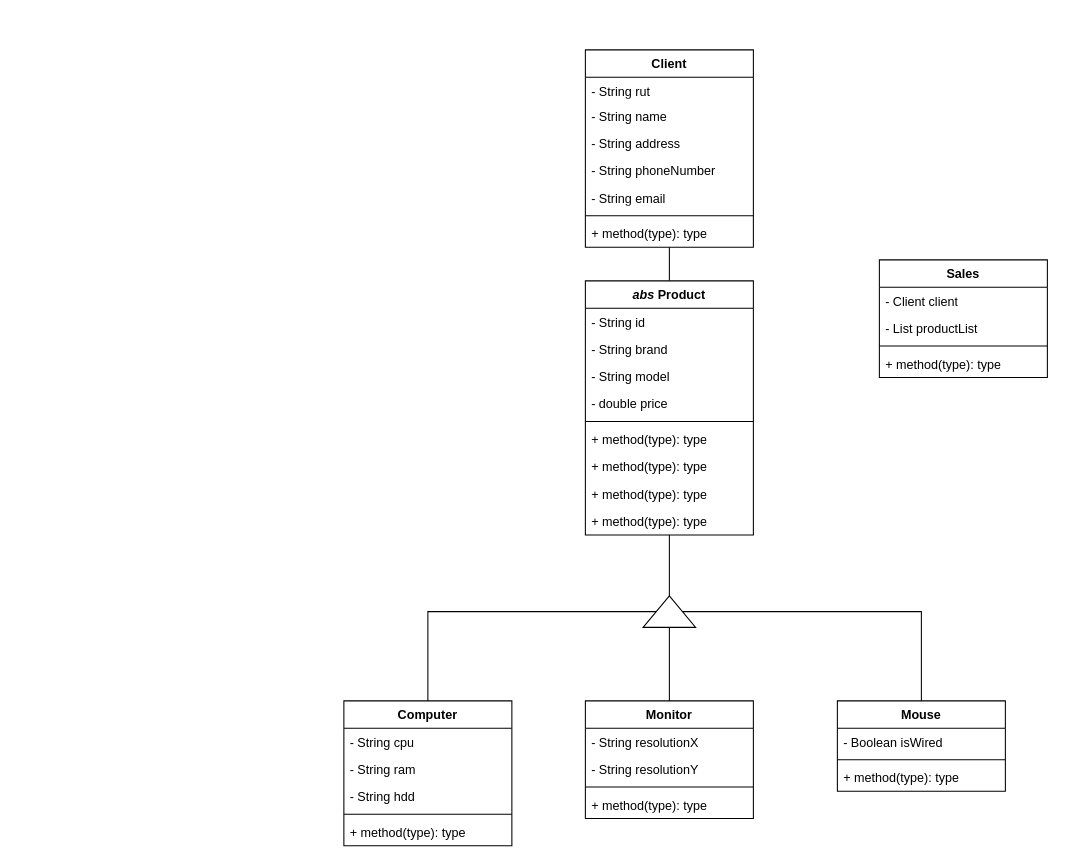
Makox1/UCNFactory keeps this draw.io diagram as page "Página-1" (1 of 2) of modelDiagram.drawio. Above is the earlier version. Source tidied: cells renumbered, new cells numbered last; positions are measured from the earlier drawing's top-left corner, leaving out a move shared by most shapes. Both pictures are drawn from the tidied source at 105%, with x=0, y=0 at pixel (343, 49).
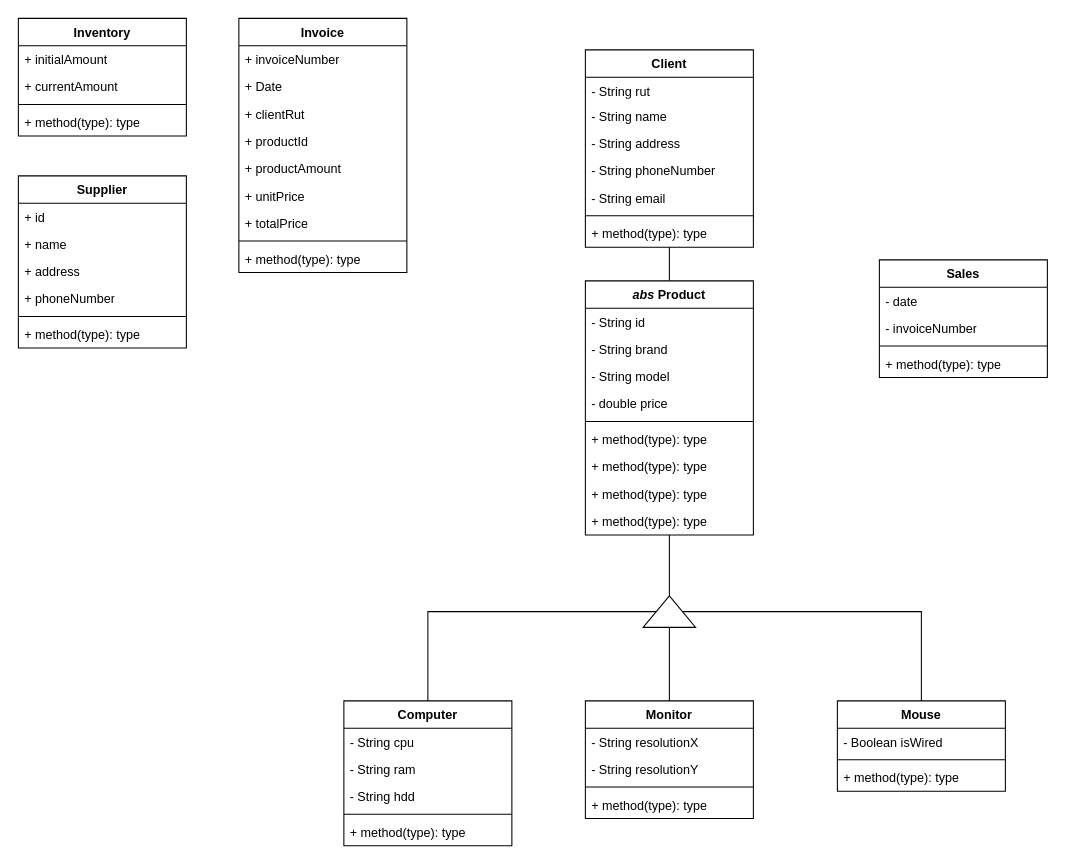
Above is the later version.

The change refers to these unchanged cells:
```xml
<mxCell id="42" value="Sales" style="swimlane;fontStyle=1;align=center;verticalAlign=top;horizontal=1;startSize=26;whiteSpace=wrap;html=1;" parent="1" vertex="1">
  <mxGeometry x="510" y="200" width="160" height="112" as="geometry" />
</mxCell>
```

Change to the diagram source:
```diff
@@
-    <mxCell id="43" value="&lt;div&gt;- Client client&lt;/div&gt;" style="text;strokeColor=none;fillColor=none;align=left;verticalAlign=top;spacingLeft=4;spacingRight=4;overflow=hidden;whiteSpace=wrap;html=1;" parent="42" vertex="1">
-      <mxGeometry y="26" width="160" height="26" as="geometry" />
-    </mxCell>
-    <mxCell id="44" value="- List productList" style="text;strokeColor=none;fillColor=none;align=left;verticalAlign=top;spacingLeft=4;spacingRight=4;overflow=hidden;whiteSpace=wrap;html=1;" parent="42" vertex="1">
-      <mxGeometry y="52" width="160" height="26" as="geometry" />
+    <mxCell id="44" value="- date" style="text;strokeColor=none;fillColor=none;align=left;verticalAlign=top;spacingLeft=4;spacingRight=4;overflow=hidden;whiteSpace=wrap;html=1;" parent="42" vertex="1">
+      <mxGeometry y="26" width="160" height="26" as="geometry" />
     </mxCell>
+    <mxCell id="47" value="- invoiceNumber" style="text;strokeColor=none;fillColor=none;align=left;verticalAlign=top;spacingLeft=4;spacingRight=4;overflow=hidden;whiteSpace=wrap;html=1;" parent="42" vertex="1">
+      <mxGeometry y="52" width="160" height="26" as="geometry" />
+    </mxCell>
@@
+    <mxCell id="48" value="Supplier" style="swimlane;fontStyle=1;align=center;verticalAlign=top;horizontal=1;startSize=26;whiteSpace=wrap;html=1;" parent="1" vertex="1">
+      <mxGeometry x="-310" y="120" width="160" height="164" as="geometry" />
+    </mxCell>
+    <mxCell id="49" value="+ id" style="text;strokeColor=none;fillColor=none;align=left;verticalAlign=top;spacingLeft=4;spacingRight=4;overflow=hidden;whiteSpace=wrap;html=1;" parent="48" vertex="1">
+      <mxGeometry y="26" width="160" height="26" as="geometry" />
+    </mxCell>
+    <mxCell id="50" value="+ name" style="text;strokeColor=none;fillColor=none;align=left;verticalAlign=top;spacingLeft=4;spacingRight=4;overflow=hidden;whiteSpace=wrap;html=1;" parent="48" vertex="1">
+      <mxGeometry y="52" width="160" height="26" as="geometry" />
+    </mxCell>
+    <mxCell id="51" value="+ address" style="text;strokeColor=none;fillColor=none;align=left;verticalAlign=top;spacingLeft=4;spacingRight=4;overflow=hidden;whiteSpace=wrap;html=1;" parent="48" vertex="1">
+      <mxGeometry y="78" width="160" height="26" as="geometry" />
+    </mxCell>
+    <mxCell id="52" value="+ phoneNumber" style="text;strokeColor=none;fillColor=none;align=left;verticalAlign=top;spacingLeft=4;spacingRight=4;overflow=hidden;whiteSpace=wrap;html=1;" parent="48" vertex="1">
+      <mxGeometry y="104" width="160" height="26" as="geometry" />
+    </mxCell>
+    <mxCell id="53" style="line;strokeWidth=1;fillColor=none;align=left;verticalAlign=middle;spacingTop=-1;spacingLeft=3;spacingRight=3;labelPosition=right;strokeColor=inherit;" parent="48" vertex="1">
+      <mxGeometry y="130" width="160" height="8" as="geometry" />
+    </mxCell>
+    <mxCell id="54" value="+ method(type): type" style="text;strokeColor=none;fillColor=none;align=left;verticalAlign=top;spacingLeft=4;spacingRight=4;overflow=hidden;whiteSpace=wrap;html=1;" parent="48" vertex="1">
+      <mxGeometry y="138" width="160" height="26" as="geometry" />
+    </mxCell>
+    <mxCell id="55" value="Inventory" style="swimlane;fontStyle=1;align=center;verticalAlign=top;horizontal=1;startSize=26;whiteSpace=wrap;html=1;" parent="1" vertex="1">
+      <mxGeometry x="-310" y="-30" width="160" height="112" as="geometry" />
+    </mxCell>
+    <mxCell id="56" value="+ initialAmount" style="text;strokeColor=none;fillColor=none;align=left;verticalAlign=top;spacingLeft=4;spacingRight=4;overflow=hidden;whiteSpace=wrap;html=1;" parent="55" vertex="1">
+      <mxGeometry y="26" width="160" height="26" as="geometry" />
+    </mxCell>
+    <mxCell id="57" value="+ currentAmount" style="text;strokeColor=none;fillColor=none;align=left;verticalAlign=top;spacingLeft=4;spacingRight=4;overflow=hidden;whiteSpace=wrap;html=1;" parent="55" vertex="1">
+      <mxGeometry y="52" width="160" height="26" as="geometry" />
+    </mxCell>
+    <mxCell id="58" style="line;strokeWidth=1;fillColor=none;align=left;verticalAlign=middle;spacingTop=-1;spacingLeft=3;spacingRight=3;labelPosition=right;strokeColor=inherit;" parent="55" vertex="1">
+      <mxGeometry y="78" width="160" height="8" as="geometry" />
+    </mxCell>
+    <mxCell id="59" value="+ method(type): type" style="text;strokeColor=none;fillColor=none;align=left;verticalAlign=top;spacingLeft=4;spacingRight=4;overflow=hidden;whiteSpace=wrap;html=1;" parent="55" vertex="1">
+      <mxGeometry y="86" width="160" height="26" as="geometry" />
+    </mxCell>
+    <mxCell id="60" value="Invoice" style="swimlane;fontStyle=1;align=center;verticalAlign=top;horizontal=1;startSize=26;whiteSpace=wrap;html=1;" parent="1" vertex="1">
+      <mxGeometry x="-100" y="-30" width="160" height="242" as="geometry" />
+    </mxCell>
+    <mxCell id="61" value="+ invoiceNumber" style="text;strokeColor=none;fillColor=none;align=left;verticalAlign=top;spacingLeft=4;spacingRight=4;overflow=hidden;whiteSpace=wrap;html=1;" parent="60" vertex="1">
+      <mxGeometry y="26" width="160" height="26" as="geometry" />
+    </mxCell>
+    <mxCell id="62" value="+ Date" style="text;strokeColor=none;fillColor=none;align=left;verticalAlign=top;spacingLeft=4;spacingRight=4;overflow=hidden;whiteSpace=wrap;html=1;" parent="60" vertex="1">
+      <mxGeometry y="52" width="160" height="26" as="geometry" />
+    </mxCell>
+    <mxCell id="63" value="+ clientRut" style="text;strokeColor=none;fillColor=none;align=left;verticalAlign=top;spacingLeft=4;spacingRight=4;overflow=hidden;whiteSpace=wrap;html=1;" parent="60" vertex="1">
+      <mxGeometry y="78" width="160" height="26" as="geometry" />
+    </mxCell>
+    <mxCell id="64" value="&lt;div&gt;+ productId&lt;/div&gt;" style="text;strokeColor=none;fillColor=none;align=left;verticalAlign=top;spacingLeft=4;spacingRight=4;overflow=hidden;whiteSpace=wrap;html=1;" parent="60" vertex="1">
+      <mxGeometry y="104" width="160" height="26" as="geometry" />
+    </mxCell>
+    <mxCell id="65" value="+ productAmount" style="text;strokeColor=none;fillColor=none;align=left;verticalAlign=top;spacingLeft=4;spacingRight=4;overflow=hidden;whiteSpace=wrap;html=1;" parent="60" vertex="1">
+      <mxGeometry y="130" width="160" height="26" as="geometry" />
+    </mxCell>
+    <mxCell id="66" value="+ unitPrice" style="text;strokeColor=none;fillColor=none;align=left;verticalAlign=top;spacingLeft=4;spacingRight=4;overflow=hidden;whiteSpace=wrap;html=1;" parent="60" vertex="1">
+      <mxGeometry y="156" width="160" height="26" as="geometry" />
+    </mxCell>
+    <mxCell id="67" value="+ totalPrice" style="text;strokeColor=none;fillColor=none;align=left;verticalAlign=top;spacingLeft=4;spacingRight=4;overflow=hidden;whiteSpace=wrap;html=1;" parent="60" vertex="1">
+      <mxGeometry y="182" width="160" height="26" as="geometry" />
+    </mxCell>
+    <mxCell id="68" style="line;strokeWidth=1;fillColor=none;align=left;verticalAlign=middle;spacingTop=-1;spacingLeft=3;spacingRight=3;labelPosition=right;strokeColor=inherit;" parent="60" vertex="1">
+      <mxGeometry y="208" width="160" height="8" as="geometry" />
+    </mxCell>
+    <mxCell id="69" value="+ method(type): type" style="text;strokeColor=none;fillColor=none;align=left;verticalAlign=top;spacingLeft=4;spacingRight=4;overflow=hidden;whiteSpace=wrap;html=1;" parent="60" vertex="1">
+      <mxGeometry y="216" width="160" height="26" as="geometry" />
+    </mxCell>
```
